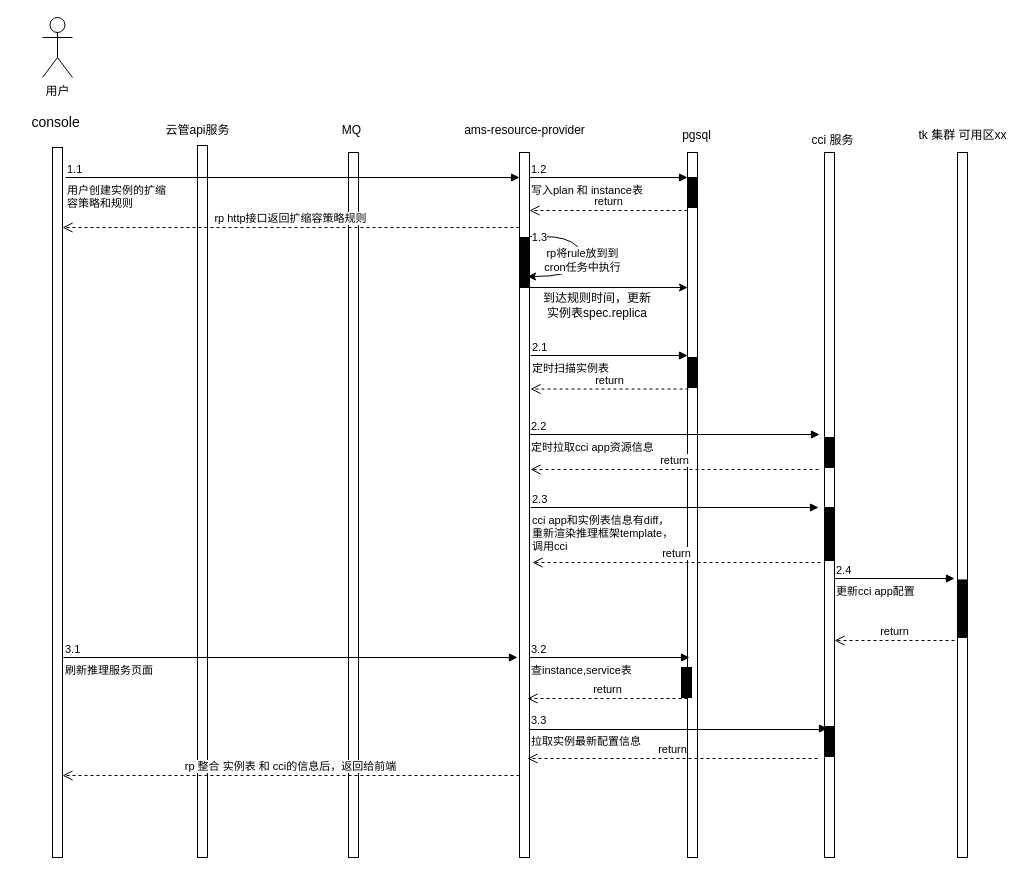
The draw.io diagram 定时扩缩容流程图.drawio in wangshujuan/PostImage, before the edit. Source tidied: cells renumbered, new cells numbered last; positions are measured from the earlier drawing's top-left corner, leaving out a move shared by most shapes. Both pictures are drawn from the tidied source at 100%, with x=0, y=0 at pixel (17, 17).
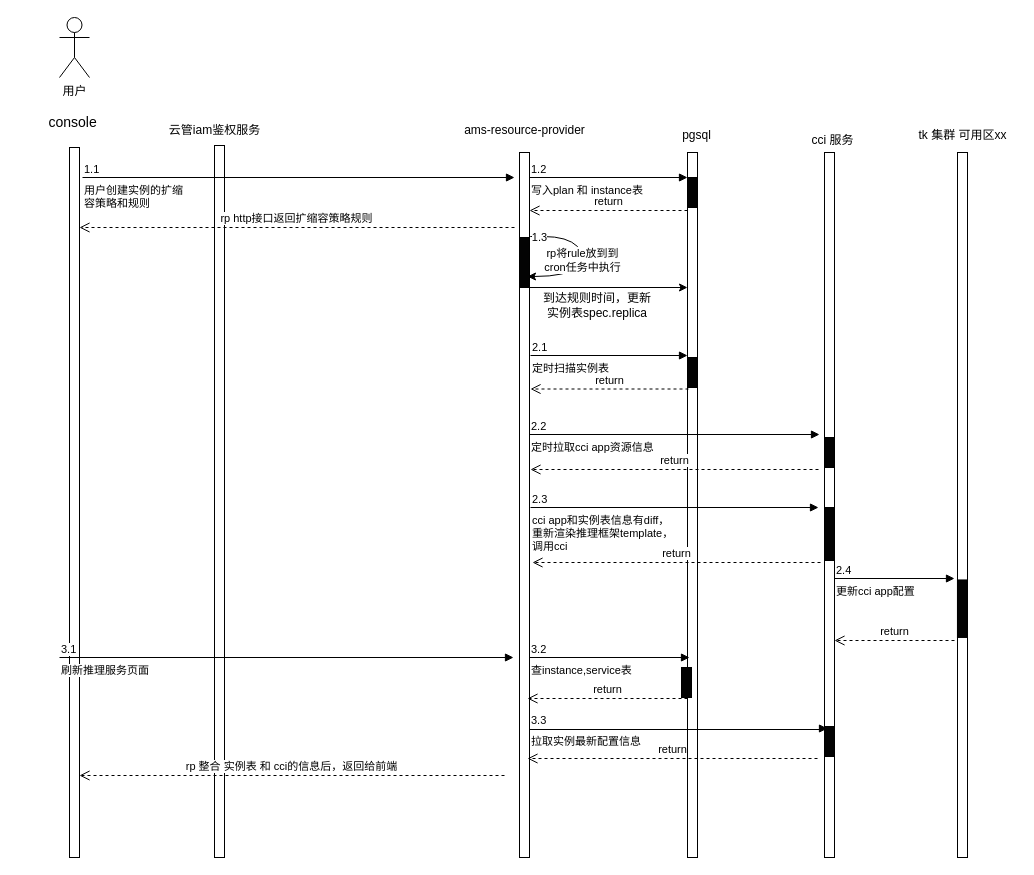
The same diagram, later.

Commit message:
更新定时扩缩容流程图.drawio

Change to the diagram source:
```diff
@@
     <mxCell id="2" value="用户" style="shape=umlActor;verticalLabelPosition=bottom;verticalAlign=top;html=1;" parent="1" vertex="1">
-      <mxGeometry x="25" width="30" height="60" as="geometry" />
+      <mxGeometry x="42" width="30" height="60" as="geometry" />
     </mxCell>
     <mxCell id="3" style="html=1;perimeter=orthogonalPerimeter;targetShapes=umlLifeline;newEdgeStyle={&quot;curved&quot;:0,&quot;rounded&quot;:0};" parent="1" vertex="1">
-      <mxGeometry x="35" y="130" width="10" height="710" as="geometry" />
+      <mxGeometry x="52" y="130" width="10" height="710" as="geometry" />
     </mxCell>
     <mxCell id="4" value="&lt;font style=&quot;font-size: 14px;&quot;&gt;console&amp;nbsp;&lt;/font&gt;" style="text;html=1;align=center;verticalAlign=middle;strokeColor=none;fillColor=none;" parent="1" vertex="1">
-      <mxGeometry y="90" width="80" height="30" as="geometry" />
+      <mxGeometry x="17" y="90" width="80" height="30" as="geometry" />
     </mxCell>
-    <mxCell id="5" style="html=1;perimeter=orthogonalPerimeter;targetShapes=umlLifeline;newEdgeStyle={&quot;curved&quot;:0,&quot;rounded&quot;:0};" parent="1" vertex="1">
-      <mxGeometry x="331" y="135" width="10" height="705" as="geometry" />
-    </mxCell>
-    <mxCell id="6" value="MQ" style="text;html=1;align=center;verticalAlign=middle;strokeColor=none;fillColor=none;" parent="1" vertex="1">
-      <mxGeometry x="314" y="98" width="40" height="30" as="geometry" />
-    </mxCell>
@@
     <mxCell id="13" style="html=1;perimeter=orthogonalPerimeter;targetShapes=umlLifeline;newEdgeStyle={&quot;curved&quot;:0,&quot;rounded&quot;:0};" parent="1" vertex="1">
-      <mxGeometry x="180" y="128" width="10" height="712" as="geometry" />
+      <mxGeometry x="197" y="128" width="10" height="712" as="geometry" />
     </mxCell>
-    <mxCell id="14" value="云管api服务" style="text;html=1;align=center;verticalAlign=middle;strokeColor=none;fillColor=none;" parent="1" vertex="1">
-      <mxGeometry x="135" y="98" width="90" height="30" as="geometry" />
+    <mxCell id="14" value="云管iam鉴权服务" style="text;html=1;align=center;verticalAlign=middle;strokeColor=none;fillColor=none;" parent="1" vertex="1">
+      <mxGeometry x="142" y="98" width="110" height="30" as="geometry" />
     </mxCell>
@@
     <mxCell id="24" value="刷新推理服务页面" style="endArrow=block;endFill=1;html=1;edgeStyle=orthogonalEdgeStyle;align=left;verticalAlign=top;rounded=0;" parent="1" edge="1">
       <mxGeometry x="-1" relative="1" as="geometry">
-        <mxPoint x="46" y="640" as="sourcePoint" />
-        <mxPoint x="500" y="640" as="targetPoint" />
+        <mxPoint x="42" y="640" as="sourcePoint" />
+        <mxPoint x="496" y="640" as="targetPoint" />
       </mxGeometry>
     </mxCell>
@@
     <mxCell id="26" value="rp 整合 实例表 和 cci的信息后，返回给前端" style="html=1;verticalAlign=bottom;endArrow=open;dashed=1;endSize=8;curved=0;rounded=0;" parent="1" edge="1">
       <mxGeometry relative="1" as="geometry">
-        <mxPoint x="502" y="758" as="sourcePoint" />
-        <mxPoint x="45" y="758" as="targetPoint" />
+        <mxPoint x="487" y="758" as="sourcePoint" />
+        <mxPoint x="62" y="758" as="targetPoint" />
       </mxGeometry>
     </mxCell>
@@
     <mxCell id="33" value="用户创建实例的扩缩&lt;br&gt;容策略和规则" style="endArrow=block;endFill=1;html=1;edgeStyle=orthogonalEdgeStyle;align=left;verticalAlign=top;rounded=0;" parent="1" edge="1">
       <mxGeometry x="-1" relative="1" as="geometry">
-        <mxPoint x="48" y="160" as="sourcePoint" />
-        <mxPoint x="502" y="160" as="targetPoint" />
+        <mxPoint x="65" y="160" as="sourcePoint" />
+        <mxPoint x="497" y="160" as="targetPoint" />
       </mxGeometry>
     </mxCell>
@@
     <mxCell id="37" value="rp http接口返回扩缩容策略规则" style="html=1;verticalAlign=bottom;endArrow=open;dashed=1;endSize=8;curved=0;rounded=0;" parent="1" edge="1">
       <mxGeometry relative="1" as="geometry">
-        <mxPoint x="502" y="210" as="sourcePoint" />
-        <mxPoint x="45" y="210" as="targetPoint" />
+        <mxPoint x="497" y="210" as="sourcePoint" />
+        <mxPoint x="62" y="210" as="targetPoint" />
       </mxGeometry>
     </mxCell>
```
